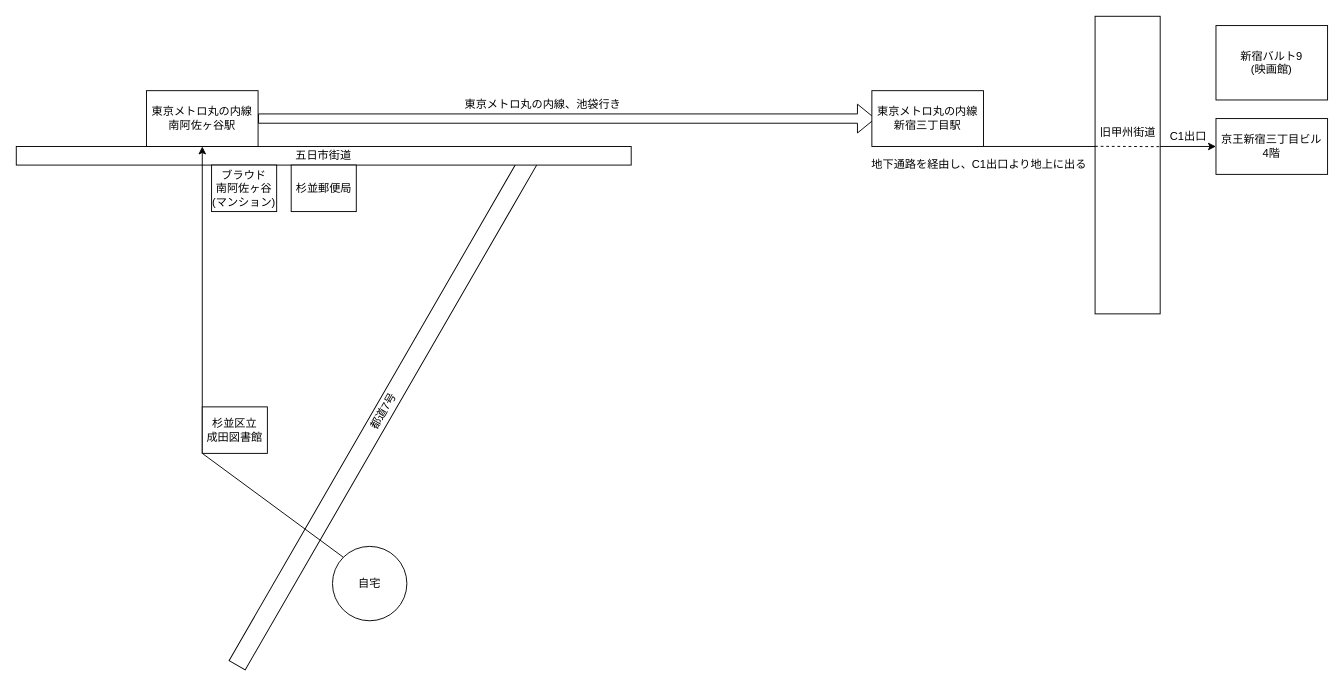
This is lesson2/演習2-1.drawio from hirutashougo/UML_introduction, a draw.io file, before an edit. Source tidied: cells renumbered, new cells numbered last; positions are measured from the earlier drawing's top-left corner, leaving out a move shared by most shapes. Both pictures are drawn from the tidied source at 93%, with x=0, y=0 at pixel (16, 16).
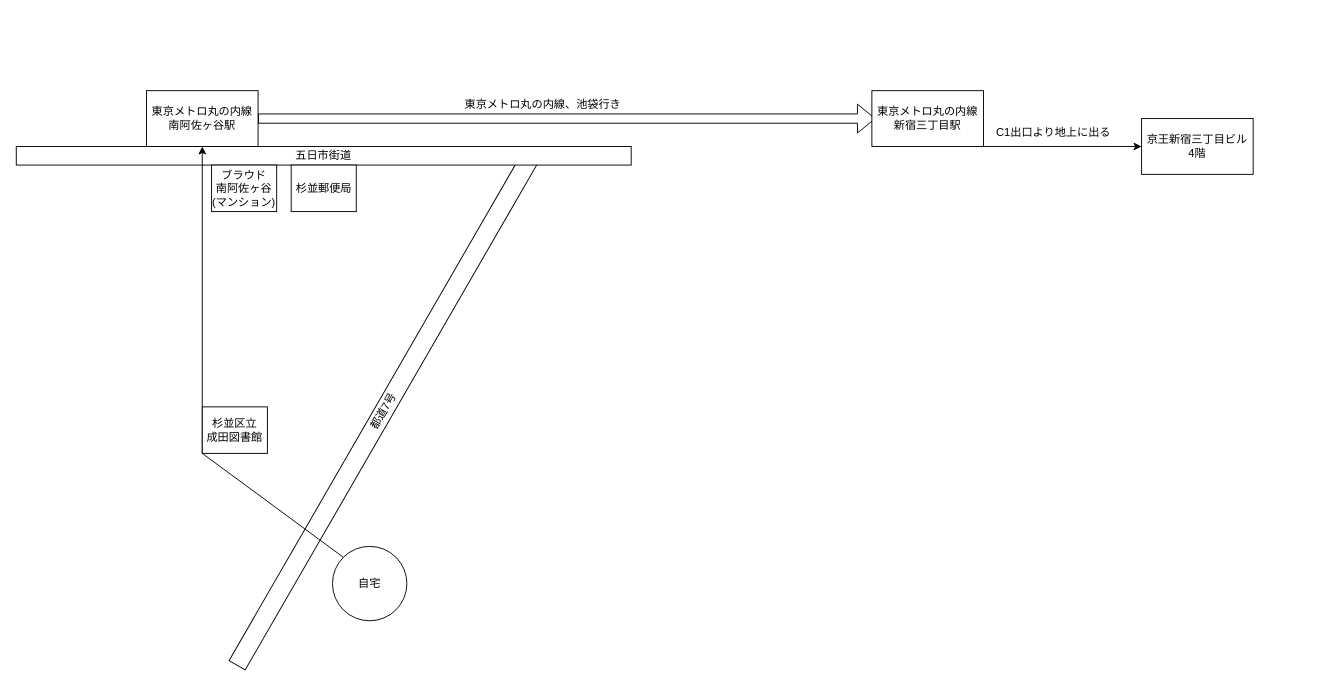
Above is the later version.

What changed in the source:
```diff
@@
     <mxCell id="10" value="京王新宿三丁目ビル&lt;br&gt;4階" style="rounded=0;whiteSpace=wrap;html=1;" parent="1" vertex="1">
-      <mxGeometry x="1290" y="110" width="120" height="60" as="geometry" />
+      <mxGeometry x="1210" y="110" width="120" height="60" as="geometry" />
     </mxCell>
@@
-    <mxCell id="12" value="地下通路を経由し、C1出口より地上に出る" style="text;html=1;align=center;verticalAlign=middle;strokeColor=none;fillColor=none;" parent="1" vertex="1">
-      <mxGeometry x="910" y="145" width="250" height="30" as="geometry" />
+    <mxCell id="12" value="C1出口より地上に出る" style="text;html=1;align=center;verticalAlign=middle;strokeColor=none;fillColor=none;" parent="1" vertex="1">
+      <mxGeometry x="1040" y="110" width="150" height="30" as="geometry" />
     </mxCell>
@@
-    <mxCell id="16" style="rounded=0;whiteSpace=wrap;html=1;" parent="1" vertex="1">
-      <mxGeometry x="1160" width="70" height="320" as="geometry" />
-    </mxCell>
-    <mxCell id="17" style="endArrow=none;dashed=1;html=1;rounded=0;exitX=0;exitY=0.437;exitDx=0;exitDy=0;exitPerimeter=0;entryX=1;entryY=0.438;entryDx=0;entryDy=0;entryPerimeter=0;" parent="1" edge="1" source="16" target="16">
-      <mxGeometry relative="1" as="geometry" />
-    </mxCell>
-    <mxCell id="18" value="旧甲州街道" style="text;html=1;align=center;verticalAlign=middle;strokeColor=none;fillColor=none;" parent="1" vertex="1">
-      <mxGeometry x="1155" y="110" width="80" height="30" as="geometry" />
-    </mxCell>
-    <mxCell id="19" value="新宿バルト9&lt;br&gt;(映画館)" style="rounded=0;whiteSpace=wrap;html=1;" parent="1" vertex="1">
-      <mxGeometry x="1290" y="10" width="120" height="80" as="geometry" />
-    </mxCell>
-    <mxCell id="20" value="C1出口" style="text;html=1;align=center;verticalAlign=middle;strokeColor=none;fillColor=none;" parent="1" vertex="1">
-      <mxGeometry x="1230" y="115" width="60" height="30" as="geometry" />
-    </mxCell>
```
